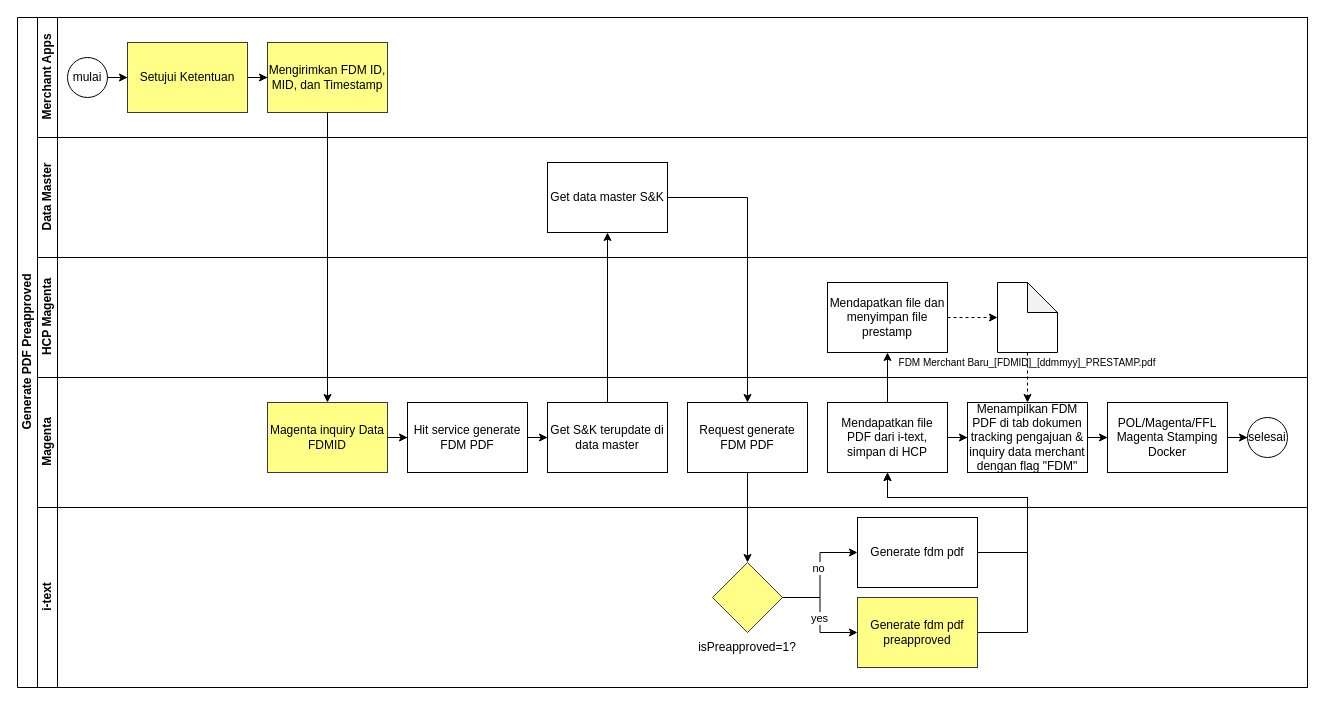
The draw.io diagram ematerai.drawio in nicolenatsh/Nicole, before the edit. Source tidied: cells renumbered, new cells numbered last; positions are measured from the earlier drawing's top-left corner, leaving out a move shared by most shapes. Both pictures are drawn from the tidied source at 100%, with x=0, y=0 at pixel (17, 17).
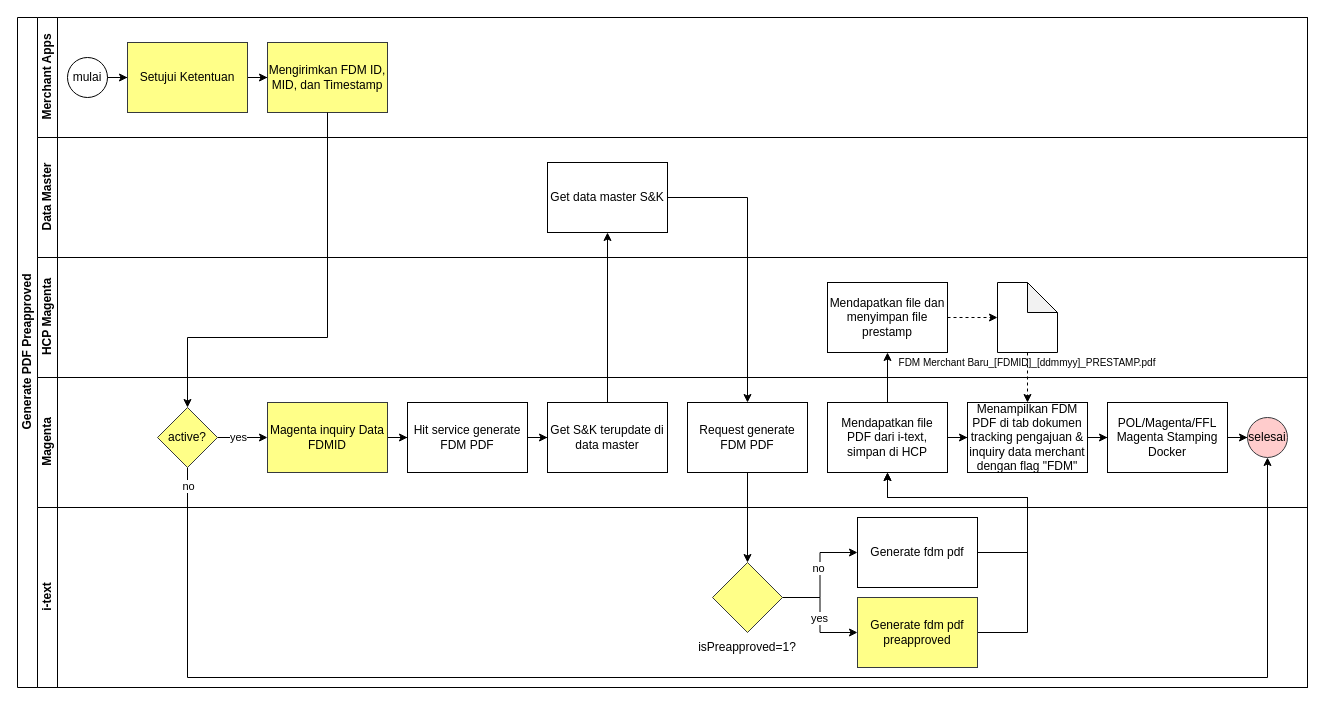
After the change.

Unchanged cells that the change refers to:
```xml
<mxCell id="2" value="Generate PDF Preapproved" style="swimlane;horizontal=0;startSize=20;html=1;" parent="1" vertex="1">
  <mxGeometry width="1290" height="670" as="geometry" />
</mxCell>
<mxCell id="8" value="Mengirimkan FDM ID, MID, dan Timestamp" style="rounded=0;whiteSpace=wrap;html=1;fillColor=#ffff88;strokeColor=#36393d;" parent="3" vertex="1">
  <mxGeometry x="230" y="25" width="120" height="70" as="geometry" />
</mxCell>
<mxCell id="16" value="Magenta" style="swimlane;startSize=20;horizontal=0;html=1;" parent="2" vertex="1">
  <mxGeometry x="20" y="360" width="1270" height="130" as="geometry" />
</mxCell>
<mxCell id="18" value="Magenta inquiry Data FDMID" style="rounded=0;whiteSpace=wrap;html=1;fillColor=#ffff88;strokeColor=#36393d;" parent="16" vertex="1">
  <mxGeometry x="230" y="25" width="120" height="70" as="geometry" />
</mxCell>
```

What changed in the source:
```diff
@@
-    <mxCell id="29" value="selesai" style="ellipse;whiteSpace=wrap;html=1;" parent="16" vertex="1">
+    <mxCell id="29" value="selesai" style="ellipse;whiteSpace=wrap;html=1;fillColor=#ffcccc;strokeColor=#36393d;" parent="16" vertex="1">
       <mxGeometry x="1210" y="40" width="40" height="40" as="geometry" />
     </mxCell>
+    <mxCell id="47" style="edgeStyle=orthogonalEdgeStyle;rounded=0;jettySize=auto;html=1;entryX=0;entryY=0.5;entryDx=0;entryDy=0;" parent="16" edge="1" source="51" target="18">
+      <mxGeometry relative="1" as="geometry" />
+    </mxCell>
+    <mxCell id="48" value="yes" style="edgeLabel;html=1;align=center;verticalAlign=middle;" parent="47" vertex="1">
+      <mxGeometry x="-0.2" y="1" relative="1" as="geometry" />
+    </mxCell>
+    <mxCell id="49" style="edgeStyle=orthogonalEdgeStyle;rounded=0;jettySize=auto;html=1;entryX=0.5;entryY=1;entryDx=0;entryDy=0;" parent="16" edge="1" source="51" target="29">
+      <mxGeometry relative="1" as="geometry">
+        <Array as="points">
+          <mxPoint x="150" y="300" />
+          <mxPoint x="1230" y="300" />
+        </Array>
+      </mxGeometry>
+    </mxCell>
+    <mxCell id="50" value="no" style="edgeLabel;html=1;align=center;verticalAlign=middle;" parent="49" vertex="1">
+      <mxGeometry x="-0.97" relative="1" as="geometry">
+        <mxPoint y="-5" as="offset" />
+      </mxGeometry>
+    </mxCell>
+    <mxCell id="51" value="active?" style="rhombus;whiteSpace=wrap;html=1;fillColor=#ffff88;strokeColor=#36393d;" parent="16" vertex="1">
+      <mxGeometry x="120" y="30" width="60" height="60" as="geometry" />
+    </mxCell>
-    <mxCell id="30" style="edgeStyle=orthogonalEdgeStyle;rounded=0;jettySize=auto;html=1;entryX=0.5;entryY=0;entryDx=0;entryDy=0;" parent="2" edge="1" source="8" target="18">
-      <mxGeometry relative="1" as="geometry" />
+    <mxCell id="30" style="edgeStyle=orthogonalEdgeStyle;rounded=0;jettySize=auto;html=1;entryX=0.5;entryY=0;entryDx=0;entryDy=0;exitX=0.5;exitY=1;exitDx=0;exitDy=0;" parent="2" edge="1" source="8" target="51">
+      <mxGeometry relative="1" as="geometry">
+        <Array as="points">
+          <mxPoint x="310" y="320" />
+          <mxPoint x="170" y="320" />
+        </Array>
+      </mxGeometry>
     </mxCell>
```
